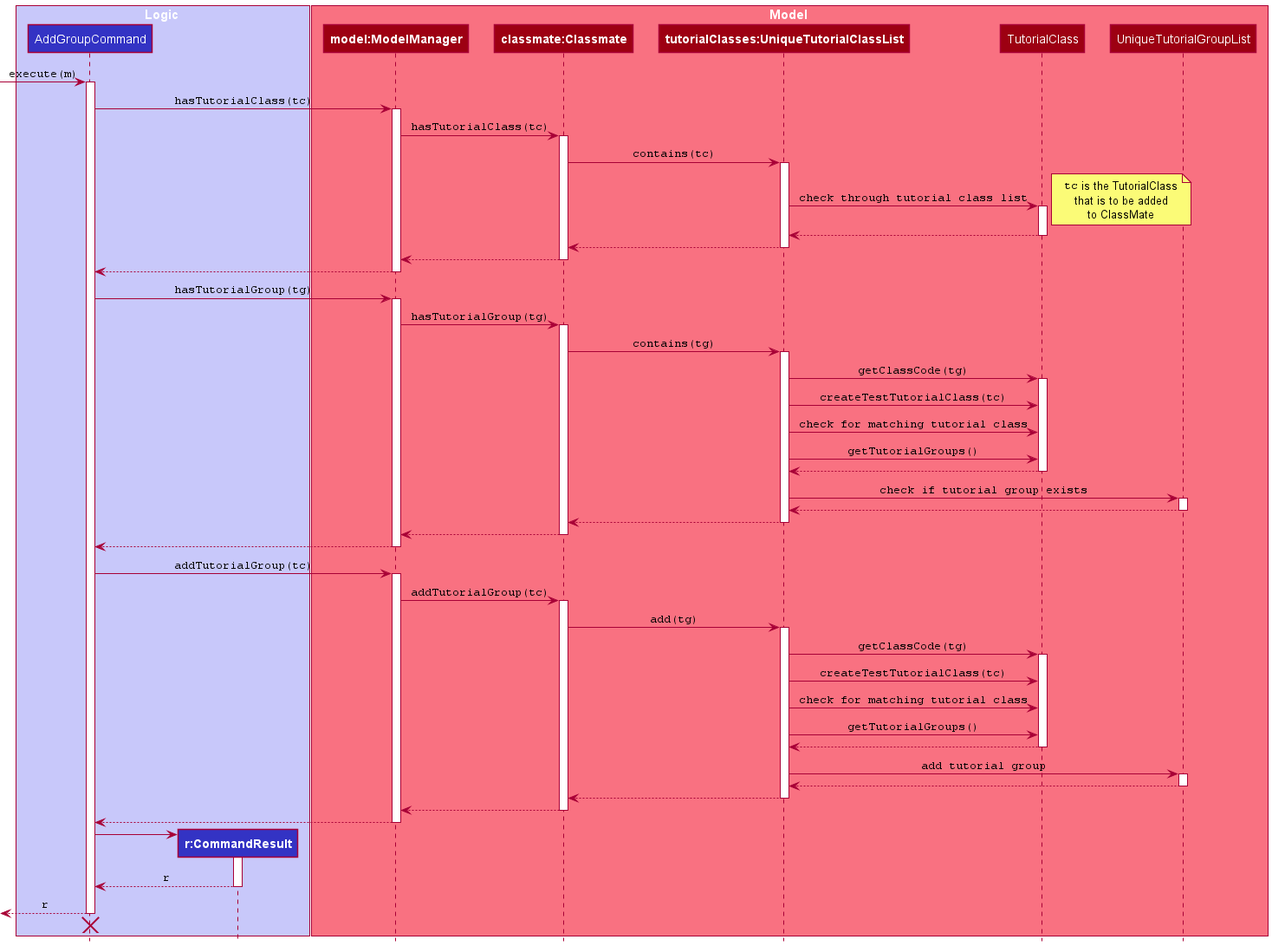
nus-cs2103-AY2122S1/tp keeps this PlantUML diagram as docs/diagrams/AddGroupSequenceDiagram.png. Above is the earlier version. The source it was exported from:
```plantuml
@startuml
!include style.puml

box Logic LOGIC_COLOR_T1
participant AddGroupCommand as AddGroupCommand LOGIC_COLOR
participant "**r:CommandResult**" as CommandResult LOGIC_COLOR
end box

box Model MODEL_COLOR_T1
participant "**model:ModelManager**" as ModelManager MODEL_COLOR
participant "**classmate:Classmate**" as Classmate MODEL_COLOR
participant "**tutorialClasses:UniqueTutorialClassList**" as UniqueTutorialClassList MODEL_COLOR
participant TutorialClass as TutorialClass MODEL_COLOR
participant UniqueTutorialGroupList as UniqueTutorialGroupList MODEL_COLOR
end box

[-> AddGroupCommand : ""execute(m)""
activate AddGroupCommand

AddGroupCommand -> ModelManager : ""hasTutorialClass(tc)""
activate ModelManager

ModelManager -> Classmate : ""hasTutorialClass(tc)""
activate Classmate

Classmate -> UniqueTutorialClassList : ""contains(tc)""
activate UniqueTutorialClassList

UniqueTutorialClassList -> TutorialClass : ""check through tutorial class list""
activate TutorialClass


note right
""tc"" is the TutorialClass
that is to be added
to ClassMate
end note

TutorialClass --> UniqueTutorialClassList
deactivate TutorialClass

UniqueTutorialClassList --> Classmate
deactivate UniqueTutorialClassList

Classmate --> ModelManager
deactivate Classmate

ModelManager --> AddGroupCommand
deactivate

AddGroupCommand -> ModelManager : ""hasTutorialGroup(tg)""
activate ModelManager

ModelManager -> Classmate : ""hasTutorialGroup(tg)""
activate Classmate

Classmate -> UniqueTutorialClassList : ""contains(tg)""
activate UniqueTutorialClassList

UniqueTutorialClassList -> TutorialClass : ""getClassCode(tg)""
activate TutorialClass
UniqueTutorialClassList -> TutorialClass : ""createTestTutorialClass(tc)""
UniqueTutorialClassList -> TutorialClass : ""check for matching tutorial class""
UniqueTutorialClassList -> TutorialClass : ""getTutorialGroups()""

TutorialClass --> UniqueTutorialClassList
deactivate TutorialClass

UniqueTutorialClassList -> UniqueTutorialGroupList : ""check if tutorial group exists""
activate UniqueTutorialGroupList

UniqueTutorialGroupList --> UniqueTutorialClassList
deactivate UniqueTutorialGroupList

UniqueTutorialClassList --> Classmate
deactivate UniqueTutorialClassList

Classmate --> ModelManager
deactivate Classmate

ModelManager --> AddGroupCommand
deactivate

AddGroupCommand -> ModelManager : ""addTutorialGroup(tc)""
activate ModelManager

ModelManager -> Classmate : ""addTutorialGroup(tc)""
activate Classmate

Classmate -> UniqueTutorialClassList : ""add(tg)""
activate UniqueTutorialClassList

UniqueTutorialClassList -> TutorialClass : ""getClassCode(tg)""
activate TutorialClass
UniqueTutorialClassList -> TutorialClass : ""createTestTutorialClass(tc)""
UniqueTutorialClassList -> TutorialClass : ""check for matching tutorial class""
UniqueTutorialClassList -> TutorialClass : ""getTutorialGroups()""

TutorialClass --> UniqueTutorialClassList
deactivate TutorialClass

UniqueTutorialClassList -> UniqueTutorialGroupList : ""add tutorial group""
activate UniqueTutorialGroupList

UniqueTutorialGroupList --> UniqueTutorialClassList
deactivate UniqueTutorialGroupList

UniqueTutorialClassList --> Classmate
deactivate UniqueTutorialClassList

Classmate --> ModelManager
deactivate Classmate

ModelManager --> AddGroupCommand
deactivate

create CommandResult
AddGroupCommand -> CommandResult
activate CommandResult

CommandResult --> AddGroupCommand : ""r""
deactivate CommandResult

[<-- AddGroupCommand : ""r""
deactivate AddGroupCommand

AddGroupCommand -[hidden]> CommandResult
destroy AddGroupCommand

@enduml
```
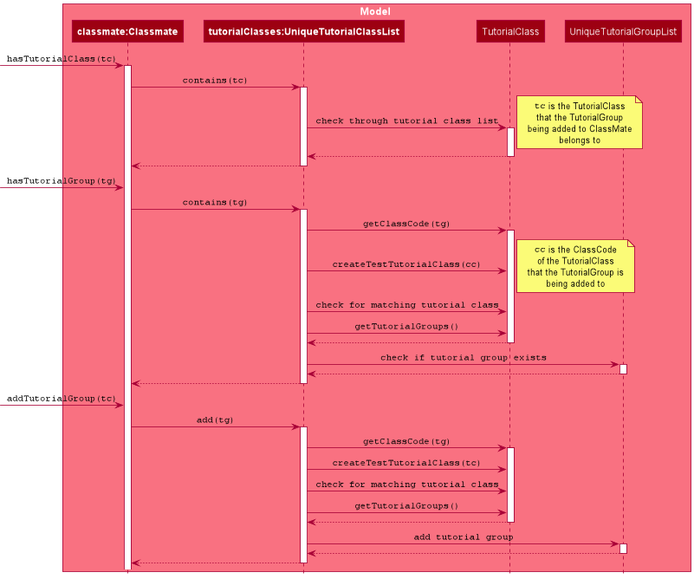
After the commit.

What changed in the source:
```diff
@@ -1,26 +1,15 @@
 @startuml
 !include style.puml
 
-box Logic LOGIC_COLOR_T1
-participant AddGroupCommand as AddGroupCommand LOGIC_COLOR
-participant "**r:CommandResult**" as CommandResult LOGIC_COLOR
-end box
-
 box Model MODEL_COLOR_T1
-participant "**model:ModelManager**" as ModelManager MODEL_COLOR
 participant "**classmate:Classmate**" as Classmate MODEL_COLOR
 participant "**tutorialClasses:UniqueTutorialClassList**" as UniqueTutorialClassList MODEL_COLOR
 participant TutorialClass as TutorialClass MODEL_COLOR
 participant UniqueTutorialGroupList as UniqueTutorialGroupList MODEL_COLOR
 end box
 
-[-> AddGroupCommand : ""execute(m)""
-activate AddGroupCommand
 
-AddGroupCommand -> ModelManager : ""hasTutorialClass(tc)""
-activate ModelManager
-
-ModelManager -> Classmate : ""hasTutorialClass(tc)""
+[-> Classmate : ""hasTutorialClass(tc)""
 activate Classmate
 
 Classmate -> UniqueTutorialClassList : ""contains(tc)""
@@ -32,8 +21,9 @@
 
 note right
 ""tc"" is the TutorialClass
-that is to be added
-to ClassMate
+that the TutorialGroup
+being added to ClassMate
+belongs to
 end note
 
 TutorialClass --> UniqueTutorialClassList
@@ -42,24 +32,20 @@
 UniqueTutorialClassList --> Classmate
 deactivate UniqueTutorialClassList
 
-Classmate --> ModelManager
-deactivate Classmate
-
-ModelManager --> AddGroupCommand
-deactivate
-
-AddGroupCommand -> ModelManager : ""hasTutorialGroup(tg)""
-activate ModelManager
-
-ModelManager -> Classmate : ""hasTutorialGroup(tg)""
-activate Classmate
+[-> Classmate : ""hasTutorialGroup(tg)""
 
 Classmate -> UniqueTutorialClassList : ""contains(tg)""
 activate UniqueTutorialClassList
 
 UniqueTutorialClassList -> TutorialClass : ""getClassCode(tg)""
 activate TutorialClass
-UniqueTutorialClassList -> TutorialClass : ""createTestTutorialClass(tc)""
+UniqueTutorialClassList -> TutorialClass : ""createTestTutorialClass(cc)""
+note right
+""cc"" is the ClassCode
+of the TutorialClass
+that the TutorialGroup is
+being added to
+end note
 UniqueTutorialClassList -> TutorialClass : ""check for matching tutorial class""
 UniqueTutorialClassList -> TutorialClass : ""getTutorialGroups()""
 
@@ -75,17 +61,7 @@
 UniqueTutorialClassList --> Classmate
 deactivate UniqueTutorialClassList
 
-Classmate --> ModelManager
-deactivate Classmate
-
-ModelManager --> AddGroupCommand
-deactivate
-
-AddGroupCommand -> ModelManager : ""addTutorialGroup(tc)""
-activate ModelManager
-
-ModelManager -> Classmate : ""addTutorialGroup(tc)""
-activate Classmate
+[-> Classmate : ""addTutorialGroup(tc)""
 
 Classmate -> UniqueTutorialClassList : ""add(tg)""
 activate UniqueTutorialClassList
@@ -108,23 +84,4 @@
 UniqueTutorialClassList --> Classmate
 deactivate UniqueTutorialClassList
 
-Classmate --> ModelManager
-deactivate Classmate
-
-ModelManager --> AddGroupCommand
-deactivate
-
-create CommandResult
-AddGroupCommand -> CommandResult
-activate CommandResult
-
-CommandResult --> AddGroupCommand : ""r""
-deactivate CommandResult
-
-[<-- AddGroupCommand : ""r""
-deactivate AddGroupCommand
-
-AddGroupCommand -[hidden]> CommandResult
-destroy AddGroupCommand
-
 @enduml
```
